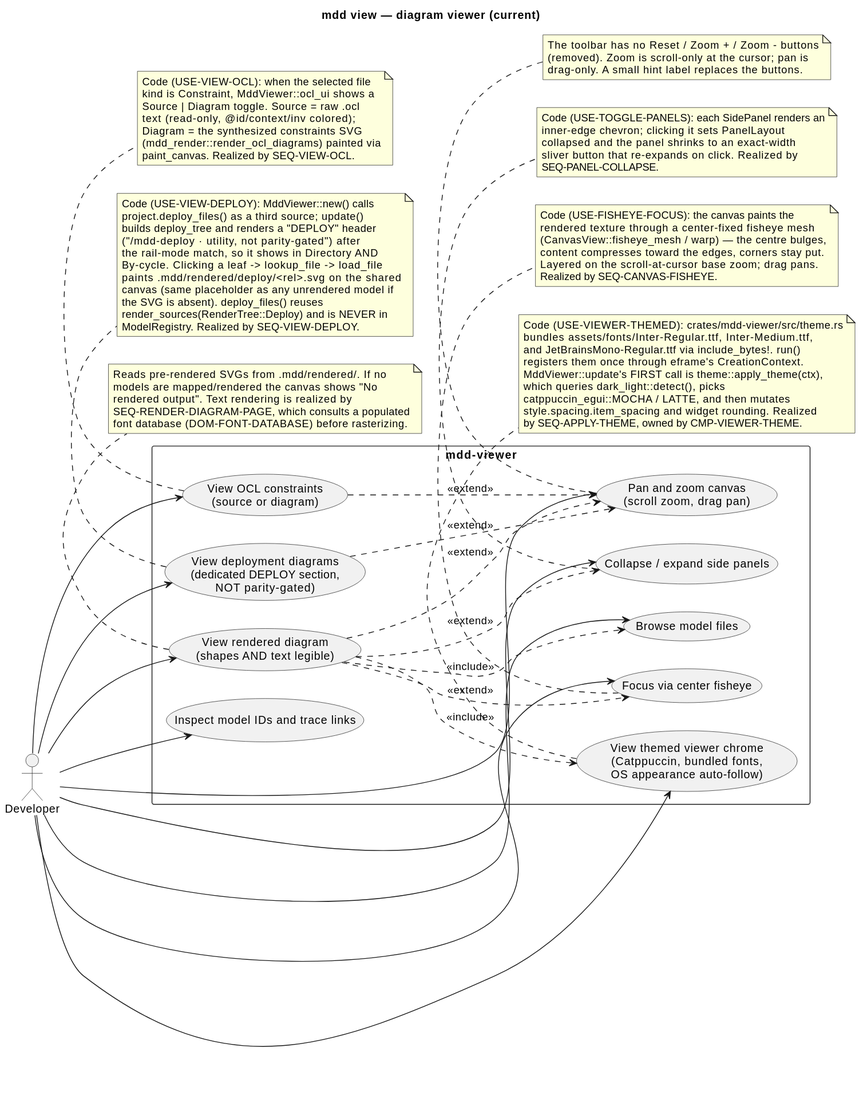
cthadeufaria/model-driven-development keeps this PlantUML diagram as .mdd/rendered/models/current/use-cases/diagram-viewer.svg. Above is the earlier version.
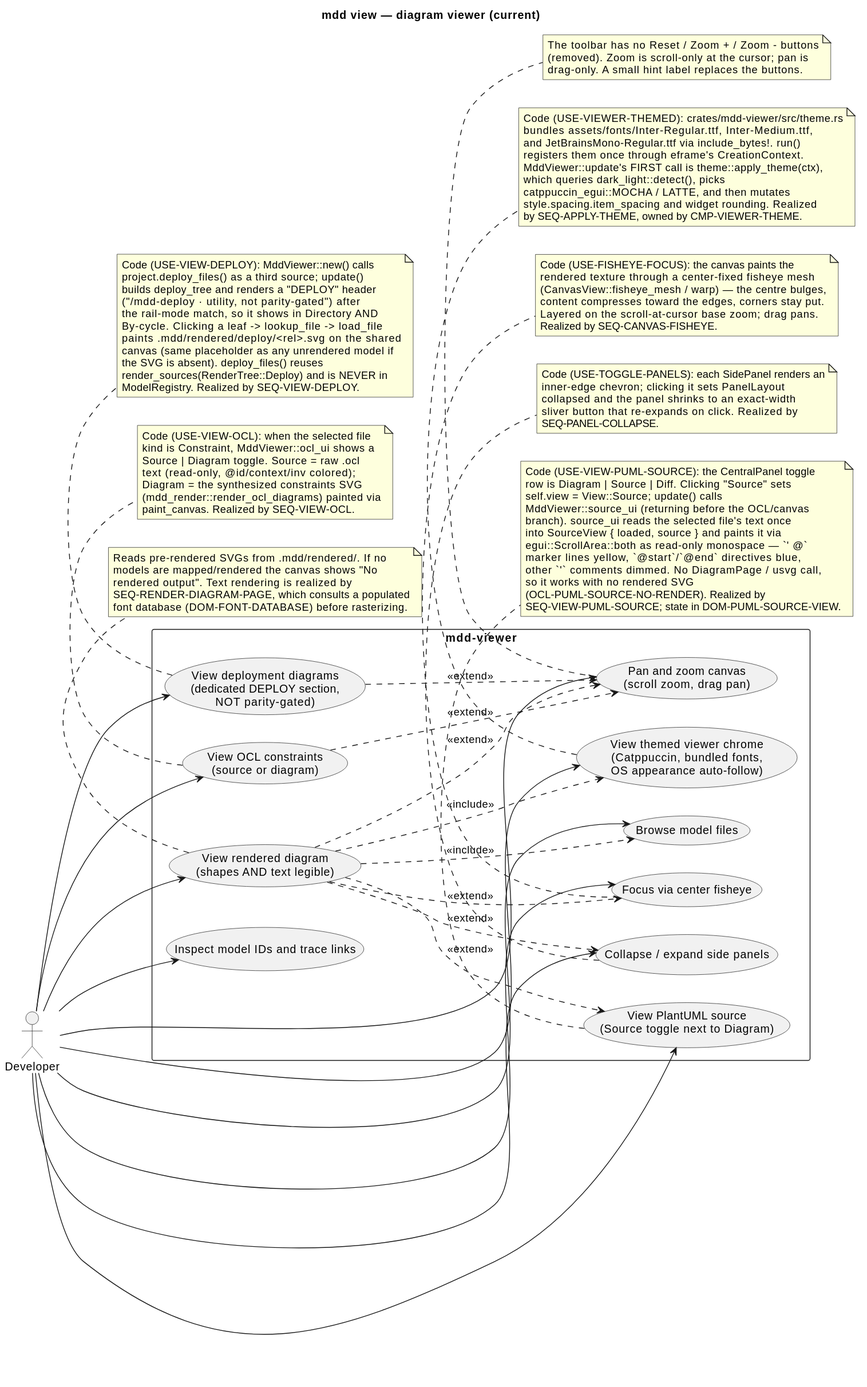
Above is the later version.

The edit, as a diff of the source:
```diff
@@ -15,6 +15,7 @@
   usecase "View OCL constraints\n(source or diagram)" as ViewOcl
   usecase "View deployment diagrams\n(dedicated DEPLOY section,\nNOT parity-gated)" as ViewDeploy
   usecase "View themed viewer chrome\n(Catppuccin, bundled fonts,\nOS appearance auto-follow)" as Themed
+  usecase "View PlantUML source\n(Source toggle next to Diagram)" as ViewSource
 }
 
 Dev --> View
@@ -26,12 +27,14 @@
 Dev --> ViewOcl
 Dev --> ViewDeploy
 Dev --> Themed
+Dev --> ViewSource
 
 View ..> Browse : <<include>>
 View ..> PanZoom : <<extend>>
 View ..> Fisheye : <<extend>>
 View ..> Panels : <<extend>>
 View ..> Themed : <<include>>
+View ..> ViewSource : <<extend>>
 ViewOcl ..> PanZoom : <<extend>>
 ViewDeploy ..> PanZoom : <<extend>>
 
@@ -101,4 +104,19 @@
   render_sources(RenderTree::Deploy) and is NEVER in
   ModelRegistry. Realized by SEQ-VIEW-DEPLOY.
 end note
+
+note bottom of ViewSource
+  Code (USE-VIEW-PUML-SOURCE): the CentralPanel toggle
+  row is Diagram | Source | Diff. Clicking "Source" sets
+  self.view = View::Source; update() calls
+  MddViewer::source_ui (returning before the OCL/canvas
+  branch). source_ui reads the selected file's text once
+  into SourceView { loaded, source } and paints it via
+  egui::ScrollArea::both as read-only monospace — `' @`
+  marker lines yellow, `@start`/`@end` directives blue,
+  other `'` comments dimmed. No DiagramPage / usvg call,
+  so it works with no rendered SVG
+  (OCL-PUML-SOURCE-NO-RENDER). Realized by
+  SEQ-VIEW-PUML-SOURCE; state in DOM-PUML-SOURCE-VIEW.
+end note
 @enduml
```
